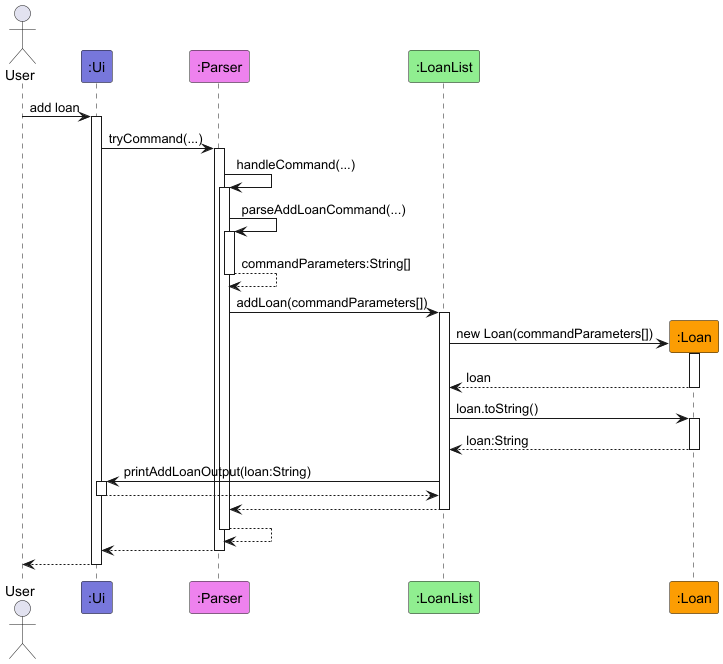
Above: docs/diagrams/loan/AddLoanSequenceDiagram.png in AY2526S1-CS2113-T10-1/tp (PlantUML), before the change. The source it was exported from:
```plantuml
@startuml
!include style.puml

actor User

participant ":Ui" as Ui LOGIC_COLOR_T1
participant ":Parser" as Parser LOGIC_COLOR_T2
participant ":LoanList" as LoanList LOGIC_COLOR_T3
participant ":Loan" as Loan LOGIC_COLOR_T4

User -> Ui ++: add loan

Ui -> Parser ++: tryCommand(...)

Parser -> Parser ++: handleCommand(...)

Parser -> Parser ++: parseAddLoanCommand(...)
return commandParameters:String[]

Parser -> LoanList ++: addLoan(commandParameters[])

create Loan
LoanList -> Loan ++: new Loan(commandParameters[])
return loan

LoanList -> Loan ++: loan.toString()
return loan:String
LoanList -> Ui ++: printAddLoanOutput(loan:String)
return

return
return
return
return

@enduml
```
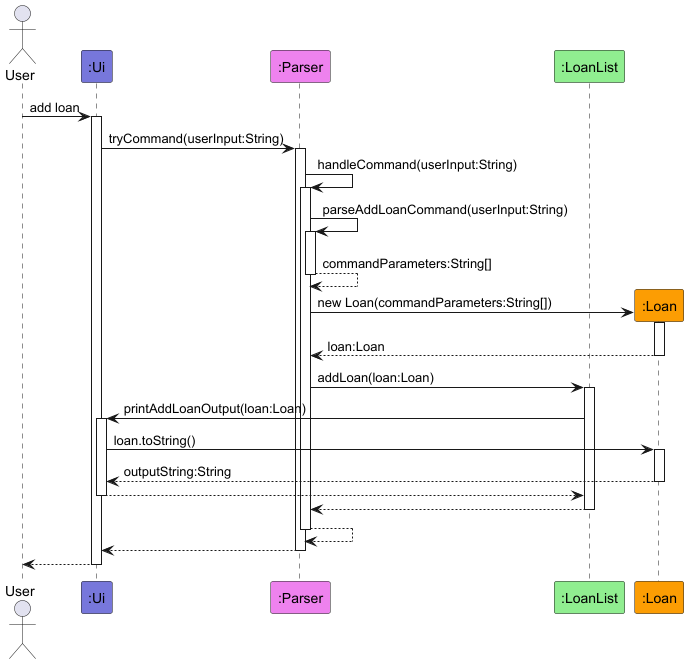
After the commit.

Commit message:
Update Sequence Diagram

What changed in the source:
```diff
@@ -10,22 +10,24 @@
 
 User -> Ui ++: add loan
 
-Ui -> Parser ++: tryCommand(...)
+Ui -> Parser ++: tryCommand(userInput:String)
 
-Parser -> Parser ++: handleCommand(...)
+Parser -> Parser ++: handleCommand(userInput:String)
 
-Parser -> Parser ++: parseAddLoanCommand(...)
+Parser -> Parser ++: parseAddLoanCommand(userInput:String)
 return commandParameters:String[]
 
-Parser -> LoanList ++: addLoan(commandParameters[])
+create Loan
+Parser -> Loan ++: new Loan(commandParameters:String[])
+return loan:Loan
 
-create Loan
-LoanList -> Loan ++: new Loan(commandParameters[])
-return loan
+Parser -> LoanList ++: addLoan(loan:Loan)
 
-LoanList -> Loan ++: loan.toString()
-return loan:String
-LoanList -> Ui ++: printAddLoanOutput(loan:String)
+LoanList -> Ui ++: printAddLoanOutput(loan:Loan)
+
+Ui -> Loan ++: loan.toString()
+return outputString:String
+
 return
 
 return
```
